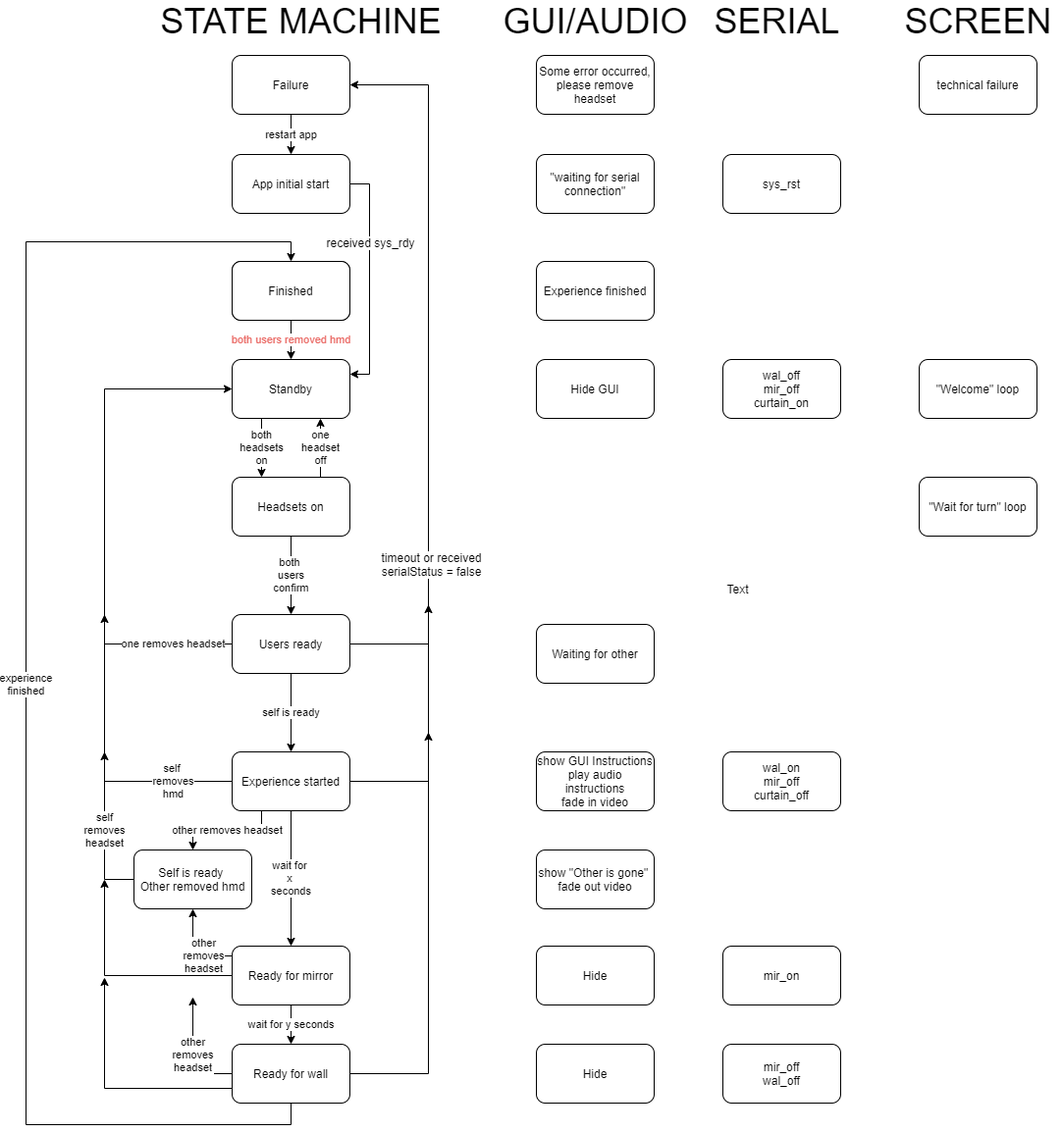
This is Docs/Technorama flow.png from BeAnotherLab/The-Machine-to-be-Another-Unity, a draw.io export, as it was before one commit. Source tidied: cells renumbered, new cells last; positions are measured from the earlier drawing's top-left corner, leaving out a move shared by most shapes.
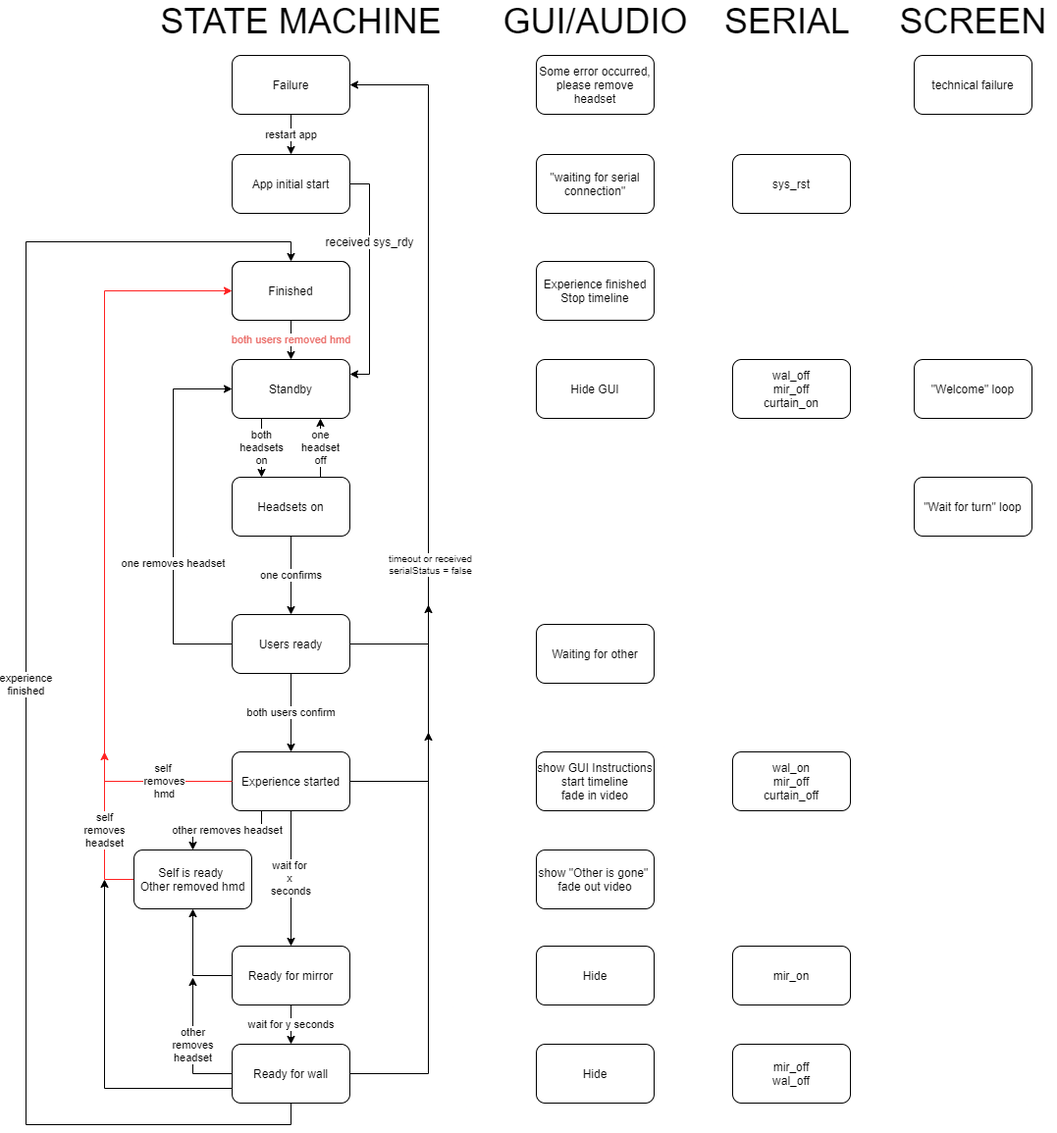
Above is the later version.

What changed in the source:
```diff
@@ -36,18 +36,14 @@
     <mxCell id="10" value="&lt;div&gt;wait for y seconds&lt;/div&gt;" style="edgeStyle=orthogonalEdgeStyle;rounded=0;jettySize=auto;html=1;" parent="1" edge="1" source="13" target="19">
       <mxGeometry relative="1" as="geometry" />
     </mxCell>
-    <mxCell id="11" value="other&lt;br&gt;removes&lt;br&gt;headset" style="edgeStyle=orthogonalEdgeStyle;rounded=0;jettySize=auto;html=1;exitX=0;exitY=0.5;exitDx=0;exitDy=0;entryX=0.5;entryY=1;entryDx=0;entryDy=0;" parent="1" edge="1" source="13" target="26">
-      <mxGeometry x="-0.09" relative="1" as="geometry">
+    <mxCell id="11" style="edgeStyle=orthogonalEdgeStyle;rounded=0;jettySize=auto;html=1;exitX=0;exitY=0.25;exitDx=0;exitDy=0;entryX=0.5;entryY=1;entryDx=0;entryDy=0;strokeColor=#000000;fontColor=#FF2121;" parent="1" edge="1" source="13" target="26">
+      <mxGeometry relative="1" as="geometry">
         <Array as="points">
-          <mxPoint x="170" y="968" />
+          <mxPoint x="210" y="988" />
+          <mxPoint x="170" y="988" />
         </Array>
       </mxGeometry>
     </mxCell>
-    <mxCell id="12" style="edgeStyle=orthogonalEdgeStyle;rounded=0;jettySize=auto;html=1;exitX=0;exitY=0.5;exitDx=0;exitDy=0;" parent="1" edge="1" source="13">
-      <mxGeometry relative="1" as="geometry">
-        <mxPoint x="80" y="890" as="targetPoint" />
-      </mxGeometry>
-    </mxCell>
     <mxCell id="13" value="Ready for mirror" style="rounded=1;whiteSpace=wrap;html=1;" parent="1" vertex="1">
       <mxGeometry x="210" y="958" width="120" height="60" as="geometry" />
     </mxCell>
@@ -69,25 +65,25 @@
         </Array>
       </mxGeometry>
     </mxCell>
-    <mxCell id="16" value="&lt;div&gt;timeout or received&lt;br&gt;&lt;/div&gt;&lt;div&gt; serialStatus = false&lt;br&gt;&lt;/div&gt;" style="text;html=1;align=center;verticalAlign=middle;labelBackgroundColor=#ffffff;" parent="15" vertex="1">
+    <mxCell id="16" value="&lt;div style=&quot;font-size: 10px;&quot;&gt;timeout or received&lt;br style=&quot;font-size: 10px;&quot;&gt;&lt;/div&gt;&lt;div style=&quot;font-size: 10px;&quot;&gt; serialStatus = false&lt;br style=&quot;font-size: 10px;&quot;&gt;&lt;/div&gt;" style="text;html=1;align=center;verticalAlign=middle;labelBackgroundColor=#ffffff;fontSize=10;" parent="15" vertex="1">
       <mxGeometry x="-0.11" y="-2" relative="1" as="geometry">
         <mxPoint y="-78.4" as="offset" />
       </mxGeometry>
     </mxCell>
     <mxCell id="17" value="other&lt;br&gt;removes&lt;br&gt;headset" style="edgeStyle=orthogonalEdgeStyle;rounded=0;jettySize=auto;html=1;" parent="1" edge="1" source="19">
       <mxGeometry relative="1" as="geometry">
-        <mxPoint x="170" y="1010" as="targetPoint" />
+        <mxPoint x="170" y="990" as="targetPoint" />
       </mxGeometry>
     </mxCell>
     <mxCell id="18" style="edgeStyle=orthogonalEdgeStyle;rounded=0;jettySize=auto;html=1;exitX=0;exitY=0.75;exitDx=0;exitDy=0;" parent="1" edge="1" source="19">
       <mxGeometry relative="1" as="geometry">
-        <mxPoint x="80" y="990" as="targetPoint" />
+        <mxPoint x="80" y="890" as="targetPoint" />
       </mxGeometry>
     </mxCell>
     <mxCell id="19" value="Ready for wall" style="rounded=1;whiteSpace=wrap;html=1;" parent="1" vertex="1">
       <mxGeometry x="210" y="1058" width="120" height="60" as="geometry" />
     </mxCell>
-    <mxCell id="20" value="self is ready" style="edgeStyle=orthogonalEdgeStyle;rounded=0;jettySize=auto;html=1;exitX=0.5;exitY=1;exitDx=0;exitDy=0;entryX=0.5;entryY=0;entryDx=0;entryDy=0;" parent="1" edge="1" source="23" target="9">
+    <mxCell id="20" value="both users confirm" style="edgeStyle=orthogonalEdgeStyle;rounded=0;jettySize=auto;html=1;exitX=0.5;exitY=1;exitDx=0;exitDy=0;entryX=0.5;entryY=0;entryDx=0;entryDy=0;" parent="1" edge="1" source="23" target="9">
       <mxGeometry relative="1" as="geometry" />
     </mxCell>
     <mxCell id="21" style="edgeStyle=orthogonalEdgeStyle;rounded=0;jettySize=auto;html=1;exitX=1;exitY=0.5;exitDx=0;exitDy=0;" parent="1" edge="1" source="23">
@@ -98,26 +94,26 @@
         </Array>
       </mxGeometry>
     </mxCell>
-    <mxCell id="22" value="one removes headset" style="edgeStyle=orthogonalEdgeStyle;rounded=0;jettySize=auto;html=1;exitX=0;exitY=0.5;exitDx=0;exitDy=0;" parent="1" edge="1" source="23">
+    <mxCell id="22" value="one removes headset" style="edgeStyle=orthogonalEdgeStyle;rounded=0;jettySize=auto;html=1;exitX=0;exitY=0.5;exitDx=0;exitDy=0;entryX=0;entryY=0.5;entryDx=0;entryDy=0;" parent="1" edge="1" source="23" target="5">
       <mxGeometry x="-0.25" relative="1" as="geometry">
-        <mxPoint x="80" y="620" as="targetPoint" />
         <Array as="points">
-          <mxPoint x="80" y="650" />
+          <mxPoint x="150" y="650" />
+          <mxPoint x="150" y="390" />
         </Array>
       </mxGeometry>
     </mxCell>
     <mxCell id="23" value="Users ready" style="rounded=1;whiteSpace=wrap;html=1;" parent="1" vertex="1">
       <mxGeometry x="210" y="620" width="120" height="60" as="geometry" />
     </mxCell>
-    <mxCell id="24" value="&lt;div&gt;self &lt;br&gt;&lt;/div&gt;&lt;div&gt;removes&lt;/div&gt;&lt;div&gt;hmd&lt;br&gt;&lt;/div&gt;" style="edgeStyle=orthogonalEdgeStyle;rounded=0;jettySize=auto;html=1;entryX=0;entryY=0.5;entryDx=0;entryDy=0;exitX=0;exitY=0.5;exitDx=0;exitDy=0;" parent="1" edge="1" source="9" target="5">
+    <mxCell id="24" value="&lt;div&gt;self &lt;br&gt;&lt;/div&gt;&lt;div&gt;removes&lt;/div&gt;&lt;div&gt;hmd&lt;br&gt;&lt;/div&gt;" style="edgeStyle=orthogonalEdgeStyle;rounded=0;jettySize=auto;html=1;entryX=0;entryY=0.5;entryDx=0;entryDy=0;exitX=0;exitY=0.5;exitDx=0;exitDy=0;strokeColor=#FF2121;" parent="1" edge="1" source="9" target="44">
       <mxGeometry x="-0.82" relative="1" as="geometry">
         <Array as="points">
           <mxPoint x="80" y="790" />
-          <mxPoint x="80" y="390" />
+          <mxPoint x="80" y="290" />
         </Array>
       </mxGeometry>
     </mxCell>
-    <mxCell id="25" value="self&lt;br&gt;removes&lt;br&gt;headset" style="edgeStyle=orthogonalEdgeStyle;rounded=0;jettySize=auto;html=1;exitX=0;exitY=0.5;exitDx=0;exitDy=0;" parent="1" edge="1" source="26">
+    <mxCell id="25" value="self&lt;br&gt;removes&lt;br&gt;headset" style="edgeStyle=orthogonalEdgeStyle;rounded=0;jettySize=auto;html=1;exitX=0;exitY=0.5;exitDx=0;exitDy=0;strokeColor=#FF2121;" parent="1" edge="1" source="26">
       <mxGeometry relative="1" as="geometry">
         <mxPoint x="80" y="760" as="targetPoint" />
       </mxGeometry>
@@ -131,10 +127,10 @@
     <mxCell id="28" value="&lt;font style=&quot;font-size: 36px&quot;&gt;GUI/AUDIO&lt;/font&gt;" style="text;html=1;align=center;verticalAlign=middle;" parent="1" vertex="1">
       <mxGeometry x="480" width="200" height="30" as="geometry" />
     </mxCell>
-    <mxCell id="29" value="&lt;font style=&quot;font-size: 36px&quot;&gt;SERIAL &lt;br&gt;&lt;/font&gt;" style="text;html=1;align=center;verticalAlign=middle;" parent="1" vertex="1">
-      <mxGeometry x="700" width="140" height="30" as="geometry" />
+    <mxCell id="29" value="&lt;font style=&quot;font-size: 36px&quot;&gt;SERIAL &lt;br&gt;&lt;/font&gt;" style="text;html=1;align=left;verticalAlign=middle;" parent="1" vertex="1">
+      <mxGeometry x="710" width="140" height="30" as="geometry" />
     </mxCell>
-    <mxCell id="30" value="Experience finished" style="rounded=1;whiteSpace=wrap;html=1;" parent="1" vertex="1">
+    <mxCell id="30" value="Experience finished&lt;br&gt;Stop timeline" style="rounded=1;whiteSpace=wrap;html=1;" parent="1" vertex="1">
       <mxGeometry x="520" y="260" width="120" height="60" as="geometry" />
     </mxCell>
     <mxCell id="31" value="Hide GUI" style="rounded=1;whiteSpace=wrap;html=1;" parent="1" vertex="1">
@@ -143,7 +139,7 @@
     <mxCell id="32" value="Waiting for other" style="rounded=1;whiteSpace=wrap;html=1;" parent="1" vertex="1">
       <mxGeometry x="520" y="630" width="120" height="60" as="geometry" />
     </mxCell>
-    <mxCell id="33" value="&lt;div&gt;show GUI Instructions&lt;/div&gt;&lt;div&gt;play audio instructions&lt;br&gt;&lt;/div&gt;&lt;div&gt;fade in video&lt;br&gt;&lt;/div&gt;" style="rounded=1;whiteSpace=wrap;html=1;" parent="1" vertex="1">
+    <mxCell id="33" value="&lt;div&gt;show GUI Instructions&lt;/div&gt;&lt;div&gt;start timeline&lt;br&gt;&lt;/div&gt;&lt;div&gt;fade in video&lt;br&gt;&lt;/div&gt;" style="rounded=1;whiteSpace=wrap;html=1;" parent="1" vertex="1">
       <mxGeometry x="520" y="760" width="120" height="60" as="geometry" />
     </mxCell>
     <mxCell id="34" value="&lt;div&gt;show &quot;Other is gone&quot; &lt;br&gt;&lt;/div&gt;&lt;div&gt;fade out video&lt;br&gt;&lt;/div&gt;" style="rounded=1;whiteSpace=wrap;html=1;" parent="1" vertex="1">
@@ -156,16 +152,16 @@
       <mxGeometry x="520" y="1058" width="120" height="60" as="geometry" />
     </mxCell>
     <mxCell id="37" value="wal_off&lt;br&gt;mir_off&lt;br&gt;curtain_on" style="rounded=1;whiteSpace=wrap;html=1;" parent="1" vertex="1">
-      <mxGeometry x="710" y="360" width="120" height="60" as="geometry" />
+      <mxGeometry x="720" y="360" width="120" height="60" as="geometry" />
     </mxCell>
     <mxCell id="38" value="&lt;div&gt;wal_on&lt;/div&gt;&lt;div&gt;mir_off&lt;br&gt;&lt;/div&gt;&lt;div&gt;curtain_off&lt;/div&gt;" style="rounded=1;whiteSpace=wrap;html=1;" parent="1" vertex="1">
-      <mxGeometry x="710" y="760" width="120" height="60" as="geometry" />
+      <mxGeometry x="720" y="760" width="120" height="60" as="geometry" />
     </mxCell>
     <mxCell id="39" value="mir_on" style="rounded=1;whiteSpace=wrap;html=1;" parent="1" vertex="1">
-      <mxGeometry x="710" y="958" width="120" height="60" as="geometry" />
+      <mxGeometry x="720" y="958" width="120" height="60" as="geometry" />
     </mxCell>
     <mxCell id="40" value="&lt;div&gt;mir_off&lt;/div&gt;&lt;div&gt;wal_off&lt;br&gt;&lt;/div&gt;" style="rounded=1;whiteSpace=wrap;html=1;" parent="1" vertex="1">
-      <mxGeometry x="710" y="1058" width="120" height="60" as="geometry" />
+      <mxGeometry x="720" y="1058" width="120" height="60" as="geometry" />
     </mxCell>
     <mxCell id="41" style="edgeStyle=orthogonalEdgeStyle;rounded=0;jettySize=auto;html=1;exitX=1;exitY=0.5;exitDx=0;exitDy=0;entryX=1;entryY=0.25;entryDx=0;entryDy=0;" parent="1" edge="1" source="43" target="5">
       <mxGeometry relative="1" as="geometry" />
@@ -182,7 +178,7 @@
       <mxGeometry x="210" y="260" width="120" height="60" as="geometry" />
     </mxCell>
     <mxCell id="45" value="sys_rst" style="rounded=1;whiteSpace=wrap;html=1;" parent="1" vertex="1">
-      <mxGeometry x="710" y="151" width="120" height="60" as="geometry" />
+      <mxGeometry x="720" y="151" width="120" height="60" as="geometry" />
     </mxCell>
     <mxCell id="46" value="&quot;waiting for serial connection&quot;" style="rounded=1;whiteSpace=wrap;html=1;" parent="1" vertex="1">
       <mxGeometry x="520" y="151" width="120" height="60" as="geometry" />
@@ -197,28 +193,28 @@
       <mxGeometry x="520" y="50" width="120" height="60" as="geometry" />
     </mxCell>
     <mxCell id="50" value="&lt;font style=&quot;font-size: 36px&quot;&gt;SCREEN&lt;br&gt;&lt;/font&gt;" style="text;html=1;align=center;verticalAlign=middle;" parent="1" vertex="1">
-      <mxGeometry x="885" width="170" height="30" as="geometry" />
+      <mxGeometry x="880" width="170" height="30" as="geometry" />
     </mxCell>
     <mxCell id="51" value="&quot;Welcome&quot; loop" style="rounded=1;whiteSpace=wrap;html=1;" parent="1" vertex="1">
-      <mxGeometry x="910" y="360" width="120" height="60" as="geometry" />
+      <mxGeometry x="905" y="360" width="120" height="60" as="geometry" />
     </mxCell>
     <mxCell id="52" value="&lt;span style=&quot;white-space: normal&quot;&gt;&quot;Wait for turn&quot; loop&lt;/span&gt;" style="rounded=1;whiteSpace=wrap;html=1;" parent="1" vertex="1">
-      <mxGeometry x="910" y="480" width="120" height="60" as="geometry" />
+      <mxGeometry x="905" y="480" width="120" height="60" as="geometry" />
     </mxCell>
     <mxCell id="53" value="technical failure" style="rounded=1;whiteSpace=wrap;html=1;" parent="1" vertex="1">
-      <mxGeometry x="910" y="50" width="120" height="60" as="geometry" />
+      <mxGeometry x="905" y="50" width="120" height="60" as="geometry" />
     </mxCell>
-    <mxCell id="54" value="one&lt;br&gt;headset&lt;br&gt;off" style="edgeStyle=orthogonalEdgeStyle;rounded=0;jettySize=auto;html=1;exitX=0.75;exitY=0;exitDx=0;exitDy=0;entryX=0.75;entryY=1;entryDx=0;entryDy=0;strokeColor=#000000;" parent="1" edge="1" source="56" target="5">
-      <mxGeometry relative="1" as="geometry" />
+    <mxCell id="54" value="one&lt;br&gt;headset&lt;br&gt;off" style="edgeStyle=orthogonalEdgeStyle;rounded=0;orthogonalLoop=1;jettySize=auto;html=1;exitX=0.75;exitY=0;exitDx=0;exitDy=0;entryX=0.75;entryY=1;entryDx=0;entryDy=0;strokeColor=#000000;" parent="1" edge="1">
+      <mxGeometry relative="1" as="geometry">
+        <mxPoint x="300" y="480" as="sourcePoint" />
+        <mxPoint x="300" y="420" as="targetPoint" />
+      </mxGeometry>
     </mxCell>
-    <mxCell id="55" value="both&amp;nbsp;&lt;br&gt;users&lt;br&gt;confirm" style="edgeStyle=orthogonalEdgeStyle;rounded=0;jettySize=auto;html=1;" parent="1" edge="1" source="56" target="23">
+    <mxCell id="55" value="one confirms" style="edgeStyle=orthogonalEdgeStyle;rounded=0;jettySize=auto;html=1;" parent="1" edge="1" source="56" target="23">
       <mxGeometry relative="1" as="geometry" />
     </mxCell>
     <mxCell id="56" value="Headsets on" style="rounded=1;whiteSpace=wrap;html=1;" parent="1" vertex="1">
       <mxGeometry x="210" y="480" width="120" height="60" as="geometry" />
     </mxCell>
-    <mxCell id="57" value="Text" style="text;html=1;align=center;verticalAlign=middle;" parent="1" vertex="1">
-      <mxGeometry x="705" y="584" width="40" height="20" as="geometry" />
-    </mxCell>
   </root>
 </mxGraphModel>
```
